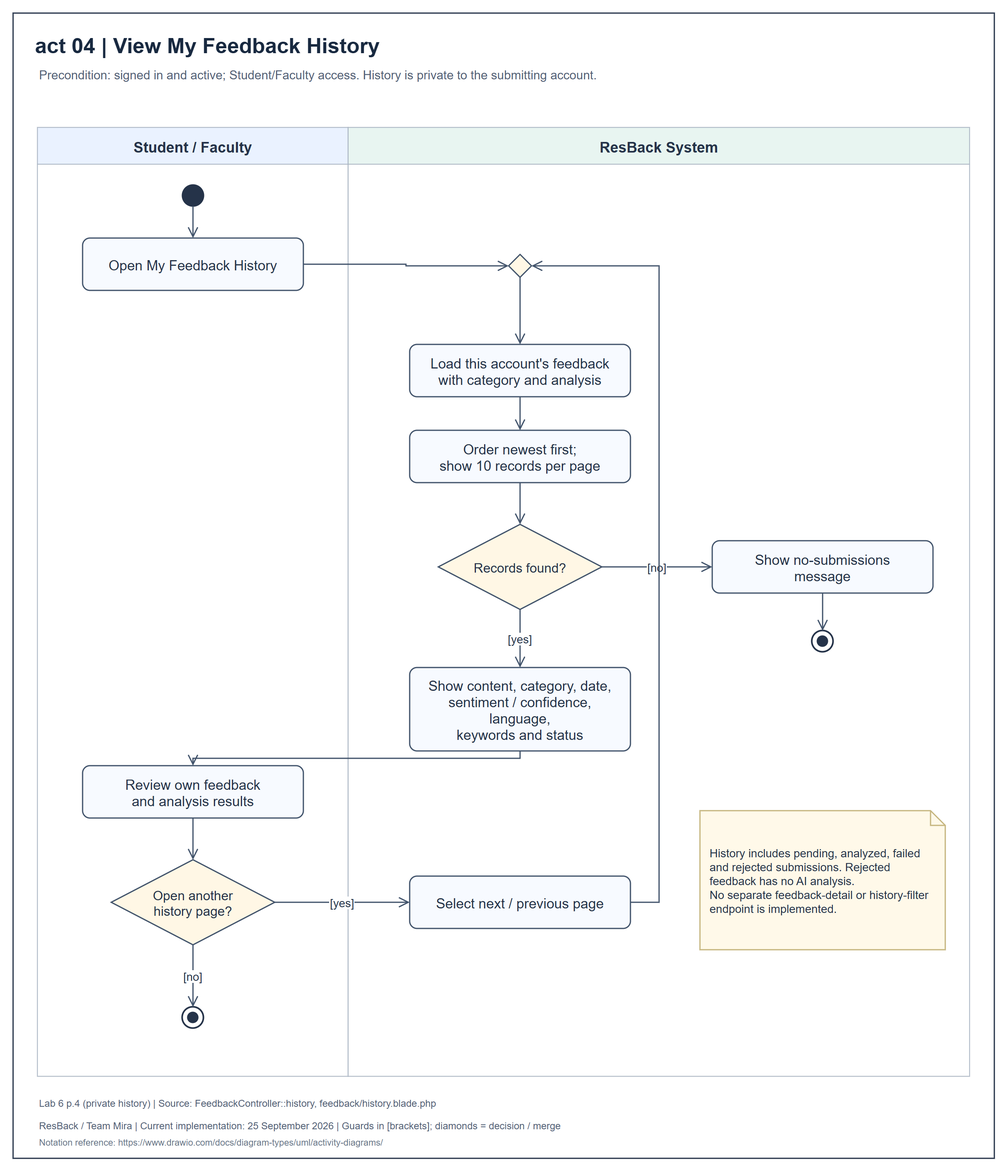
The draw.io diagram diagrams/activity/png/04-view-my-feedback-history.png in Joshua12393/resback-system, before a commit. Source tidied: cells renumbered, new cells last; positions are measured from the earlier drawing's top-left corner, leaving out a move shared by most shapes.
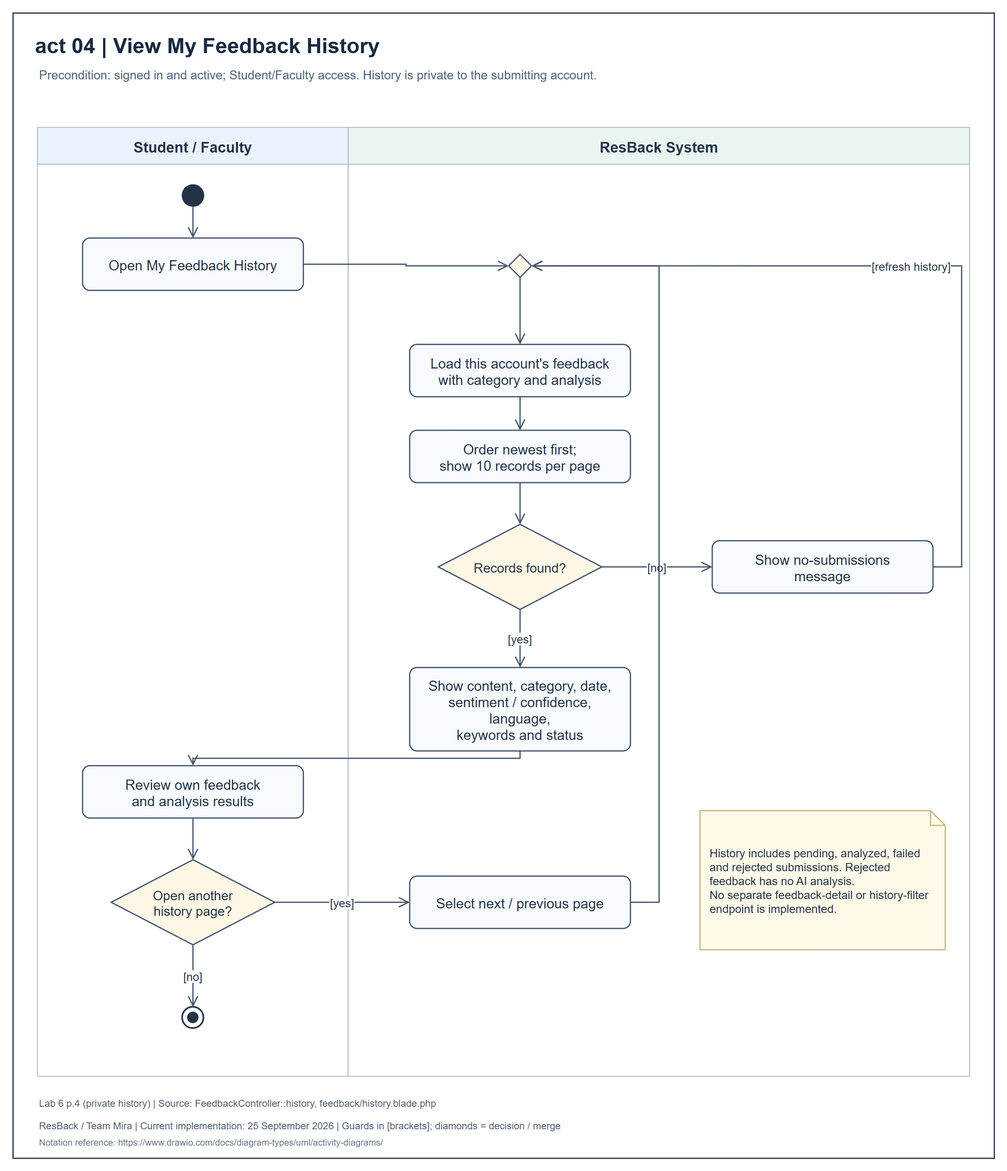
After the commit.

Diff of the diagram source:
```diff
@@ -47,12 +47,6 @@
     <mxCell id="16" value="Show no-submissions&#10;message" style="fontFamily=Arial;html=0;fontColor=#253349;whiteSpace=wrap;align=center;verticalAlign=middle;spacing=8;fontSize=17;strokeColor=#40526a;strokeWidth=1.5;rounded=1;arcSize=18;absoluteArcSize=1;fillColor=#f7faff;" parent="6" vertex="1">
       <mxGeometry x="445" y="505" width="270" height="64" as="geometry" />
     </mxCell>
-    <mxCell id="17" style="fontFamily=Arial;html=0;fontColor=#253349;whiteSpace=wrap;align=center;verticalAlign=middle;spacing=8;fontSize=17;strokeColor=#40526a;strokeWidth=1.5;shape=ellipse;fillColor=#ffffff;strokeColor=#253349;strokeWidth=2;" parent="6" vertex="1">
-      <mxGeometry x="567" y="615" width="26" height="26" as="geometry" />
-    </mxCell>
-    <mxCell id="18" style="fontFamily=Arial;html=0;fontColor=#253349;shape=ellipse;fillColor=#253349;strokeColor=none;" parent="6" vertex="1">
-      <mxGeometry x="573" y="621" width="14" height="14" as="geometry" />
-    </mxCell>
     <mxCell id="19" value="Show content, category, date,&#10;sentiment / confidence,&#10;language,&#10;keywords and status" style="fontFamily=Arial;html=0;fontColor=#253349;whiteSpace=wrap;align=center;verticalAlign=middle;spacing=8;fontSize=17;strokeColor=#40526a;strokeWidth=1.5;rounded=1;arcSize=18;absoluteArcSize=1;fillColor=#f7faff;" parent="6" vertex="1">
       <mxGeometry x="75" y="660" width="270" height="102" as="geometry" />
     </mxCell>
@@ -97,9 +91,6 @@
     <mxCell id="31" value="[no]" style="edgeStyle=none;rounded=0;html=0;endArrow=open;endFill=0;endSize=10;strokeColor=#40526a;strokeWidth=1.5;fontSize=14;fontFamily=Arial;fontColor=#253349;labelBackgroundColor=#ffffff;exitX=1;exitY=0.5;entryX=0;entryY=0.5;exitPerimeter=0;entryPerimeter=0;" parent="1" edge="1" source="15" target="16">
       <mxGeometry relative="1" as="geometry" />
     </mxCell>
-    <mxCell id="32" style="edgeStyle=none;rounded=0;html=0;endArrow=open;endFill=0;endSize=10;strokeColor=#40526a;strokeWidth=1.5;fontSize=14;fontFamily=Arial;fontColor=#253349;labelBackgroundColor=#ffffff;exitX=0.5;exitY=1;entryX=0.5;entryY=0;exitPerimeter=0;entryPerimeter=0;" parent="1" edge="1" source="16" target="17">
-      <mxGeometry relative="1" as="geometry" />
-    </mxCell>
     <mxCell id="33" value="[yes]" style="edgeStyle=none;rounded=0;html=0;endArrow=open;endFill=0;endSize=10;strokeColor=#40526a;strokeWidth=1.5;fontSize=14;fontFamily=Arial;fontColor=#253349;labelBackgroundColor=#ffffff;exitX=0.5;exitY=1;entryX=0.5;entryY=0;exitPerimeter=0;entryPerimeter=0;" parent="1" edge="1" source="15" target="19">
       <mxGeometry relative="1" as="geometry" />
     </mxCell>
@@ -128,5 +119,13 @@
     <mxCell id="38" value="[no]" style="edgeStyle=none;rounded=0;html=0;endArrow=open;endFill=0;endSize=10;strokeColor=#40526a;strokeWidth=1.5;fontSize=14;fontFamily=Arial;fontColor=#253349;labelBackgroundColor=#ffffff;exitX=0.5;exitY=1;entryX=0.5;entryY=0;exitPerimeter=0;entryPerimeter=0;" parent="1" edge="1" source="21" target="23">
       <mxGeometry relative="1" as="geometry" />
     </mxCell>
+    <mxCell id="39" value="[refresh history]" style="edgeStyle=none;rounded=0;html=0;endArrow=open;endFill=0;endSize=10;strokeColor=#40526a;strokeWidth=1.5;fontSize=14;fontFamily=Arial;fontColor=#253349;labelBackgroundColor=#ffffff;exitX=1;exitY=0.5;entryX=1;entryY=0.5;exitPerimeter=0;entryPerimeter=0;" parent="1" edge="1" source="16" target="12">
+      <mxGeometry relative="1" as="geometry">
+        <Array as="points">
+          <mxPoint x="1160" y="677" />
+          <mxPoint x="1160" y="309" />
+        </Array>
+      </mxGeometry>
+    </mxCell>
   </root>
 </mxGraphModel>
```
